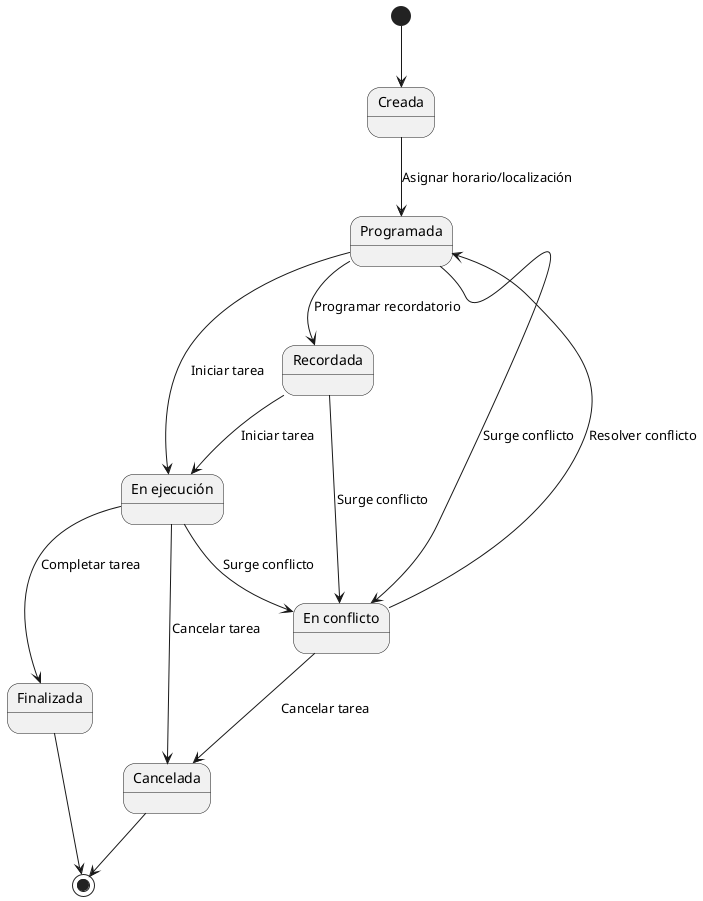
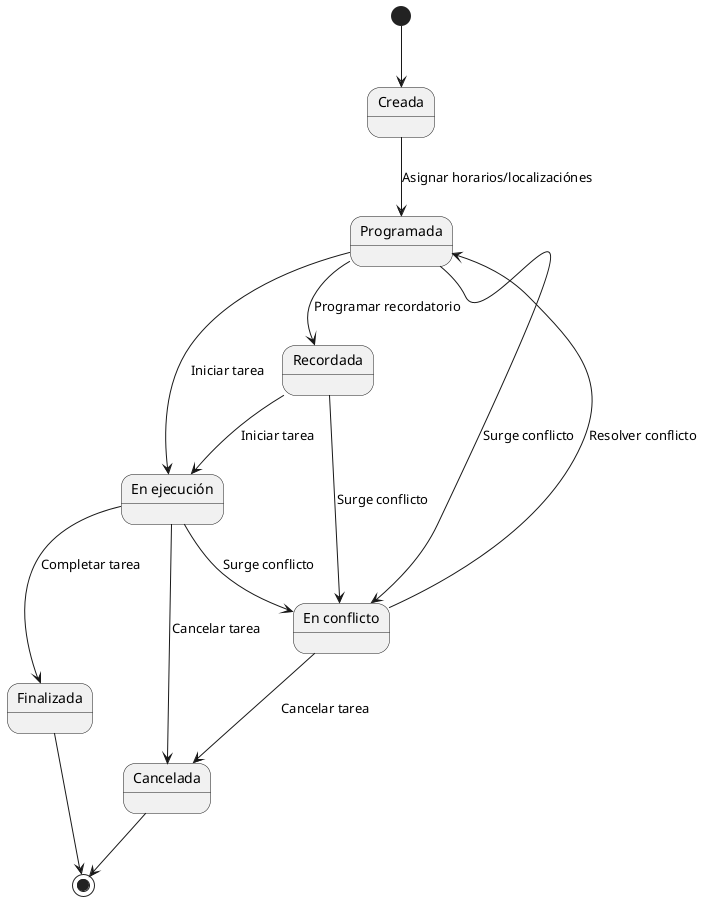
@startuml diagramaEstados
state "Creada" as Creada
state "Programada" as Programada
state "Recordada" as Recordada
state "En ejecución" as EnEjecucion
state "En conflicto" as Conflicto
state "Finalizada" as Finalizada
state "Cancelada" as Cancelada

[*] --> Creada
- Creada --> Programada : Asignar horario/localización
+ Creada --> Programada : Asignar horarios/localizaciónes
Programada --> Recordada : Programar recordatorio
Recordada --> EnEjecucion : Iniciar tarea
Programada --> EnEjecucion : Iniciar tarea
EnEjecucion --> Finalizada : Completar tarea
EnEjecucion --> Cancelada : Cancelar tarea
Programada --> Conflicto : Surge conflicto
Recordada --> Conflicto : Surge conflicto
EnEjecucion --> Conflicto : Surge conflicto
Conflicto --> Cancelada : Cancelar tarea
Conflicto --> Programada : Resolver conflicto
Finalizada --> [*]
Cancelada --> [*]
@enduml
